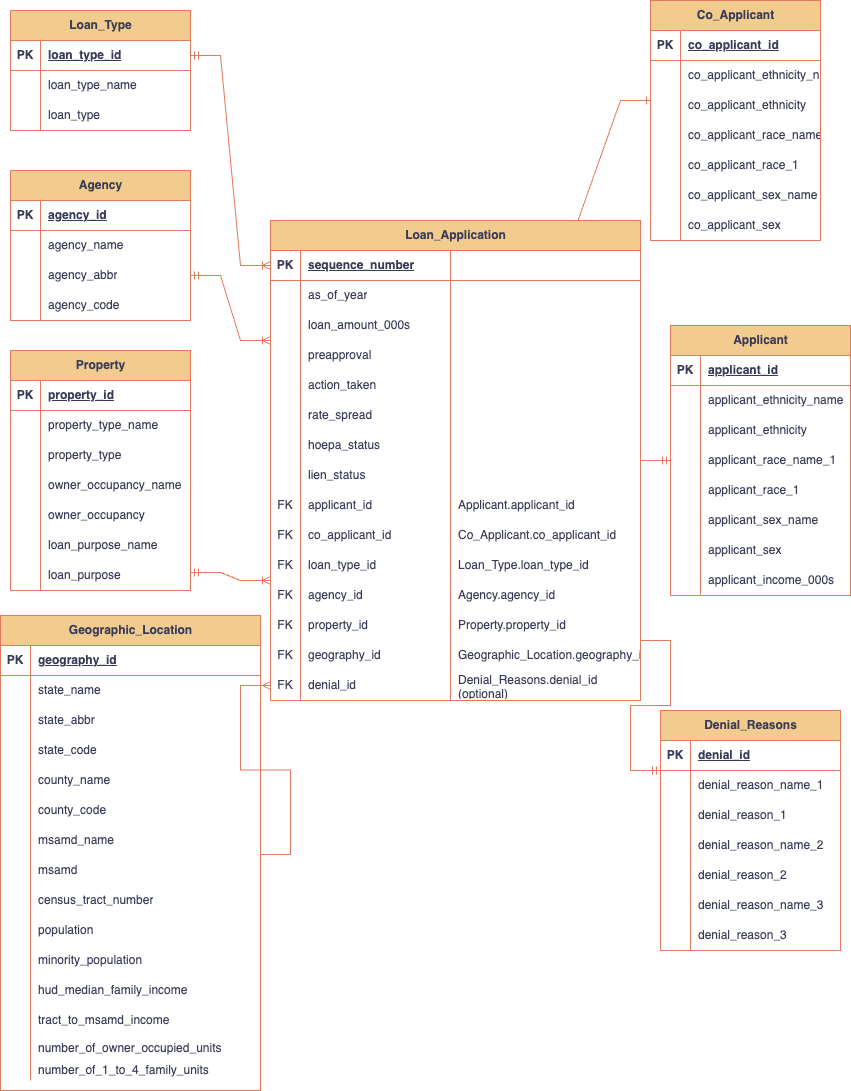
Above: Untitled Diagram.drawio.png in nivasharmaa/CS336-Project0-group43 (draw.io), before the change. Source tidied: cells renumbered, new cells last; positions are measured from the earlier drawing's top-left corner, leaving out a move shared by most shapes.
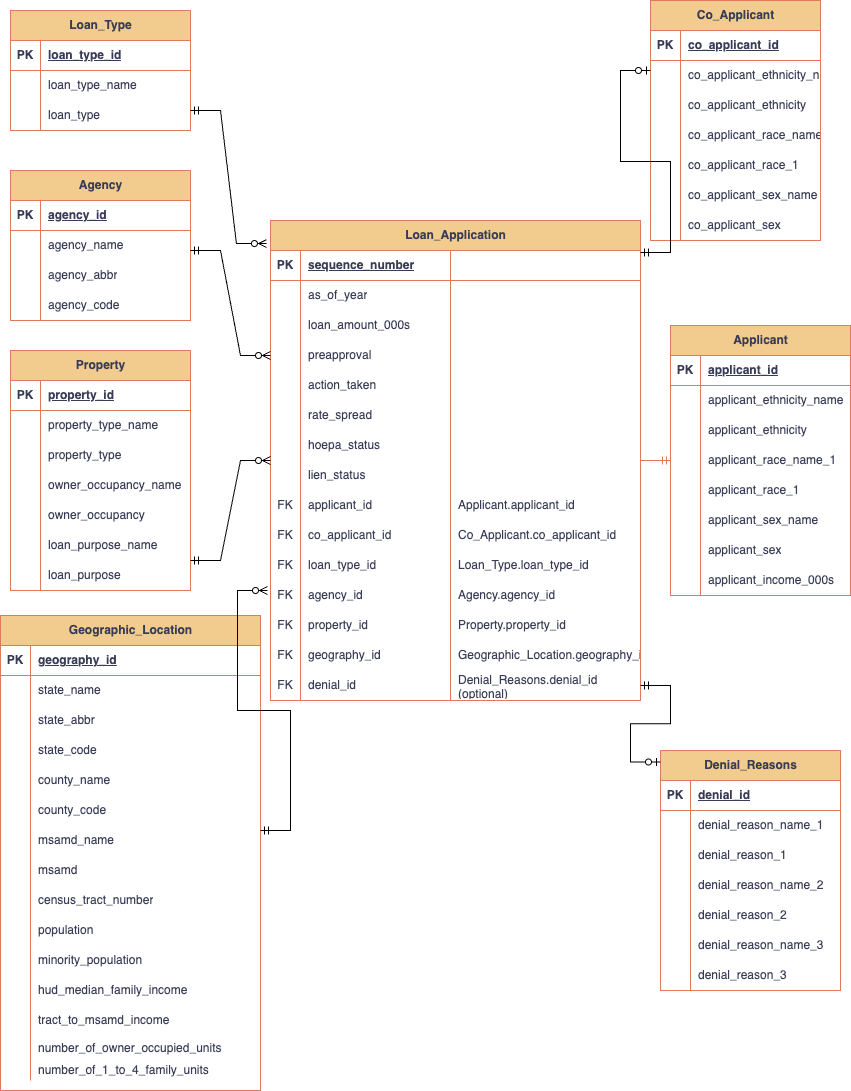
After the commit.

The edit, as a diff of the source:
```diff
@@ -600,7 +600,7 @@
       <mxGeometry x="30" width="230" height="20" as="geometry" />
     </mxCell>
     <mxCell id="201" value="Denial&lt;span class=&quot;hljs-emphasis&quot;&gt;_Reasons&lt;/span&gt;" style="shape=table;startSize=30;rowLines=0;fontStyle=1;align=center;html=1;labelBackgroundColor=none;fillColor=#F2CC8F;strokeColor=#E07A5F;fontColor=#393C56;" parent="1" vertex="1">
-      <mxGeometry x="660" y="710" width="180" height="240" as="geometry" />
+      <mxGeometry x="660" y="750" width="180" height="240" as="geometry" />
     </mxCell>
     <mxCell id="202" style="shape=tableRow;horizontal=0;startSize=0;swimlaneHead=0;swimlaneBody=0;fillColor=none;top=0;left=0;right=0;bottom=1;labelBackgroundColor=none;strokeColor=#E07A5F;fontColor=#393C56;" parent="201" vertex="1">
       <mxGeometry y="30" width="180" height="30" as="geometry" />
@@ -668,44 +668,37 @@
     <mxCell id="223" style="edgeStyle=entityRelationEdgeStyle;fontSize=12;html=1;endArrow=ERmandOne;rounded=0;exitX=1;exitY=0.5;exitDx=0;exitDy=0;entryX=0;entryY=0.5;entryDx=0;entryDy=0;labelBackgroundColor=none;fontColor=default;strokeColor=#E07A5F;" parent="1" edge="1" source="2" target="63">
       <mxGeometry relative="1" as="geometry" />
     </mxCell>
-    <mxCell id="224" style="edgeStyle=entityRelationEdgeStyle;fontSize=12;html=1;endArrow=ERoneToMany;startArrow=ERmandOne;rounded=0;entryX=0;entryY=0.75;entryDx=0;entryDy=0;labelBackgroundColor=none;fontColor=default;strokeColor=#E07A5F;" parent="1" edge="1" target="2">
-      <mxGeometry relative="1" as="geometry">
-        <mxPoint x="190" y="572" as="sourcePoint" />
-        <Array as="points">
-          <mxPoint x="30" y="1250" />
-        </Array>
-      </mxGeometry>
-    </mxCell>
-    <mxCell id="225" style="edgeStyle=entityRelationEdgeStyle;fontSize=12;html=1;endArrow=ERoneToMany;startArrow=ERmandOne;rounded=0;entryX=0;entryY=0.25;entryDx=0;entryDy=0;labelBackgroundColor=none;fontColor=default;strokeColor=#E07A5F;exitX=1;exitY=0.5;exitDx=0;exitDy=0;" parent="1" edge="1" source="127" target="2">
-      <mxGeometry relative="1" as="geometry">
-        <Array as="points">
-          <mxPoint x="30" y="1067" />
-        </Array>
-      </mxGeometry>
-    </mxCell>
-    <mxCell id="226" style="edgeStyle=entityRelationEdgeStyle;fontSize=12;html=1;endArrow=ERoneToMany;startArrow=ERmandOne;rounded=0;labelBackgroundColor=none;fontColor=default;strokeColor=#E07A5F;exitX=1;exitY=0.5;exitDx=0;exitDy=0;entryX=0;entryY=0.5;entryDx=0;entryDy=0;" parent="1" edge="1" source="111" target="3">
-      <mxGeometry relative="1" as="geometry">
-        <Array as="points">
-          <mxPoint x="30" y="897" />
-        </Array>
-      </mxGeometry>
-    </mxCell>
-    <mxCell id="227" style="edgeStyle=entityRelationEdgeStyle;fontSize=12;html=1;endArrow=ERmandOne;rounded=0;strokeColor=#E07A5F;fontColor=#393C56;fillColor=#F2CC8F;exitX=1;exitY=0;exitDx=0;exitDy=0;exitPerimeter=0;" parent="1" edge="1" source="55">
-      <mxGeometry relative="1" as="geometry">
-        <mxPoint x="660" y="770" as="targetPoint" />
-      </mxGeometry>
-    </mxCell>
-    <mxCell id="228" style="edgeStyle=entityRelationEdgeStyle;fontSize=12;html=1;endArrow=ERone;endFill=1;rounded=0;strokeColor=#E07A5F;fontColor=#393C56;fillColor=#F2CC8F;exitX=0.75;exitY=0;exitDx=0;exitDy=0;" parent="1" edge="1" source="2">
-      <mxGeometry relative="1" as="geometry">
-        <mxPoint x="650" y="100" as="targetPoint" />
-      </mxGeometry>
-    </mxCell>
-    <mxCell id="229" style="edgeStyle=entityRelationEdgeStyle;fontSize=12;html=1;endArrow=ERmany;rounded=0;strokeColor=#E07A5F;fontColor=#393C56;fillColor=#F2CC8F;entryX=0;entryY=0.5;entryDx=0;entryDy=0;exitX=1;exitY=-0.033;exitDx=0;exitDy=0;exitPerimeter=0;" parent="1" edge="1" source="177" target="59">
-      <mxGeometry relative="1" as="geometry">
-        <Array as="points">
-          <mxPoint x="330" y="730" />
-        </Array>
-      </mxGeometry>
-    </mxCell>
+    <mxCell id="230" style="edgeStyle=entityRelationEdgeStyle;fontSize=12;html=1;endArrow=ERzeroToOne;startArrow=ERmandOne;rounded=0;exitX=1;exitY=0.067;exitDx=0;exitDy=0;exitPerimeter=0;" parent="1" edge="1" source="3">
+      <mxGeometry relative="1" as="geometry">
+        <mxPoint x="650" y="70" as="targetPoint" />
+      </mxGeometry>
+    </mxCell>
+    <mxCell id="231" style="edgeStyle=entityRelationEdgeStyle;fontSize=12;html=1;endArrow=ERzeroToOne;startArrow=ERmandOne;rounded=0;exitX=1;exitY=0.5;exitDx=0;exitDy=0;" parent="1" edge="1" source="59">
+      <mxGeometry relative="1" as="geometry">
+        <mxPoint x="660" y="761.5" as="targetPoint" />
+      </mxGeometry>
+    </mxCell>
+    <mxCell id="232" style="edgeStyle=entityRelationEdgeStyle;fontSize=12;html=1;endArrow=ERzeroToMany;startArrow=ERmandOne;rounded=0;" parent="1" edge="1">
+      <mxGeometry relative="1" as="geometry">
+        <mxPoint x="190" y="560" as="sourcePoint" />
+        <mxPoint x="270" y="460" as="targetPoint" />
+      </mxGeometry>
+    </mxCell>
+    <mxCell id="233" style="edgeStyle=entityRelationEdgeStyle;fontSize=12;html=1;endArrow=ERzeroToMany;startArrow=ERmandOne;rounded=0;entryX=0;entryY=0.5;entryDx=0;entryDy=0;" parent="1" edge="1" target="15">
+      <mxGeometry relative="1" as="geometry">
+        <mxPoint x="190" y="250" as="sourcePoint" />
+      </mxGeometry>
+    </mxCell>
+    <mxCell id="234" style="edgeStyle=entityRelationEdgeStyle;fontSize=12;html=1;endArrow=ERzeroToMany;startArrow=ERmandOne;rounded=0;entryX=-0.011;entryY=0.048;entryDx=0;entryDy=0;entryPerimeter=0;" parent="1" edge="1" target="2">
+      <mxGeometry relative="1" as="geometry">
+        <mxPoint x="190" y="110" as="sourcePoint" />
+      </mxGeometry>
+    </mxCell>
+    <mxCell id="235" style="edgeStyle=entityRelationEdgeStyle;fontSize=12;html=1;endArrow=ERzeroToMany;startArrow=ERmandOne;rounded=0;" parent="1" edge="1">
+      <mxGeometry relative="1" as="geometry">
+        <mxPoint x="260" y="830" as="sourcePoint" />
+        <mxPoint x="267" y="590" as="targetPoint" />
+      </mxGeometry>
+    </mxCell>
   </root>
 </mxGraphModel>
```
